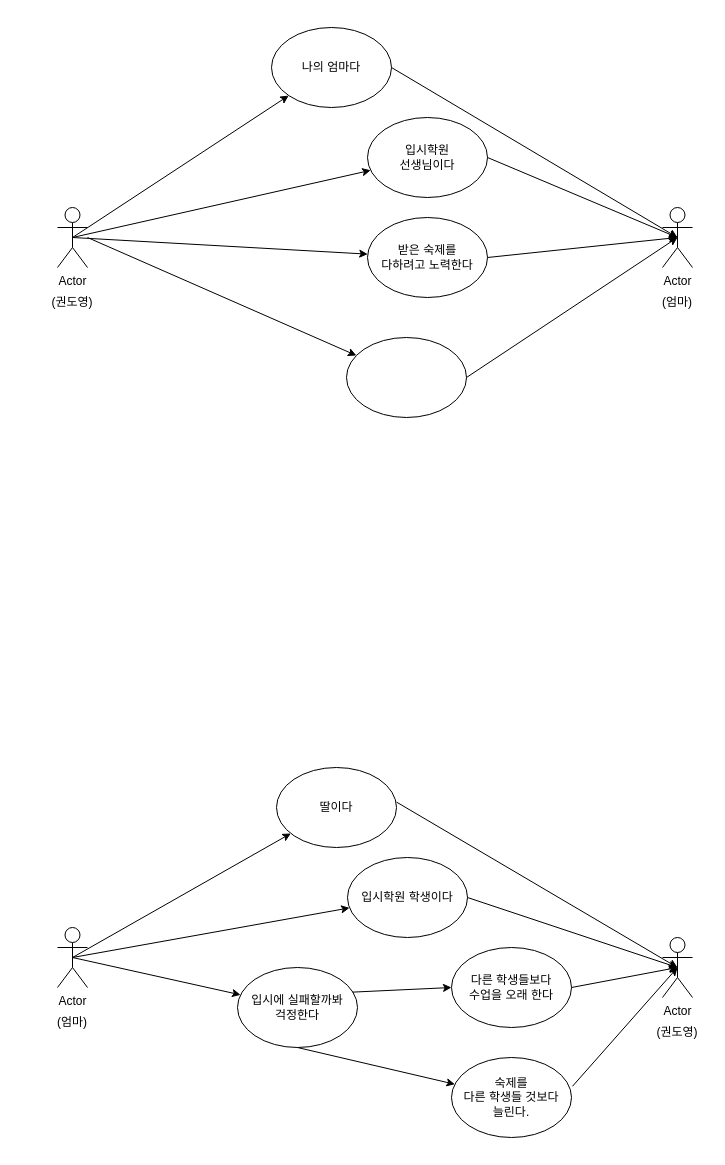
The draw.io diagram 고등학교 입시 때의 엄마와 나의 관계 .drawio in doit0/usecase-diagram, before the edit. Source tidied: cells renumbered, new cells numbered last; positions are measured from the earlier drawing's top-left corner, leaving out a move shared by most shapes. Both pictures are drawn from the tidied source at 100%, with x=0, y=0 at pixel (42, 27).
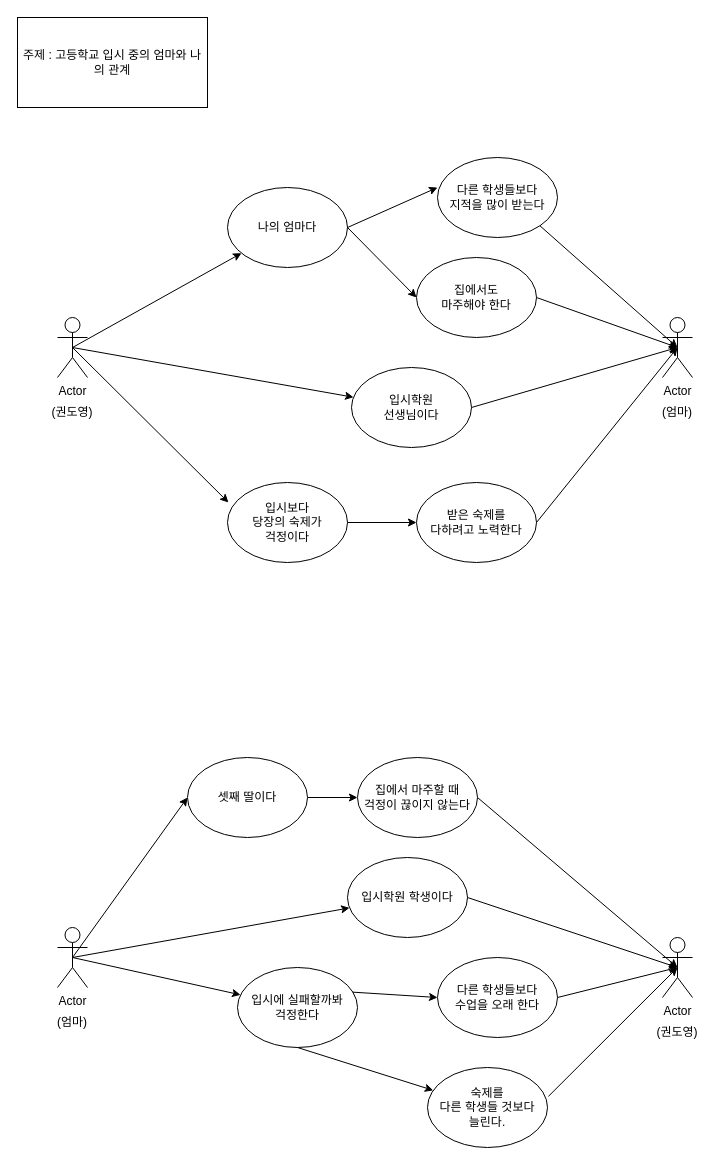
The same page after the edit.

Commit message:
고등학교 입시 때의 엄마와 나의 관계 .drawio 업데이트

The change refers to these unchanged cells:
```xml
<mxCell id="3" value="Actor" style="shape=umlActor;verticalLabelPosition=bottom;verticalAlign=top;html=1;outlineConnect=0;" parent="1" vertex="1">
  <mxGeometry x="15" y="900" width="30" height="60" as="geometry" />
</mxCell>
<mxCell id="8" value="Actor" style="shape=umlActor;verticalLabelPosition=bottom;verticalAlign=top;html=1;outlineConnect=0;" parent="1" vertex="1">
  <mxGeometry x="620" y="910" width="30" height="60" as="geometry" />
</mxCell>
```

Change to the diagram source:
```diff
@@
     <mxCell id="2" value="Actor" style="shape=umlActor;verticalLabelPosition=bottom;verticalAlign=top;html=1;outlineConnect=0;" parent="1" vertex="1">
-      <mxGeometry x="15" y="180" width="30" height="60" as="geometry" />
+      <mxGeometry x="15" y="290" width="30" height="60" as="geometry" />
     </mxCell>
@@
     <mxCell id="4" value="(권도영)" style="text;html=1;strokeColor=none;fillColor=none;align=center;verticalAlign=middle;whiteSpace=wrap;rounded=0;" parent="1" vertex="1">
-      <mxGeometry y="260" width="60" height="30" as="geometry" />
+      <mxGeometry y="370" width="60" height="30" as="geometry" />
     </mxCell>
@@
     <mxCell id="6" value="Actor" style="shape=umlActor;verticalLabelPosition=bottom;verticalAlign=top;html=1;outlineConnect=0;" parent="1" vertex="1">
-      <mxGeometry x="620" y="180" width="30" height="60" as="geometry" />
+      <mxGeometry x="620" y="290" width="30" height="60" as="geometry" />
     </mxCell>
     <mxCell id="7" value="(엄마)" style="text;html=1;strokeColor=none;fillColor=none;align=center;verticalAlign=middle;whiteSpace=wrap;rounded=0;" parent="1" vertex="1">
-      <mxGeometry x="605" y="260" width="60" height="30" as="geometry" />
+      <mxGeometry x="605" y="370" width="60" height="30" as="geometry" />
     </mxCell>
@@
     <mxCell id="11" value="나의 엄마다" style="ellipse;whiteSpace=wrap;html=1;" parent="1" vertex="1">
-      <mxGeometry x="229" width="120" height="80" as="geometry" />
+      <mxGeometry x="185" y="160" width="120" height="80" as="geometry" />
     </mxCell>
@@
     <mxCell id="13" value="입시학원&lt;br&gt;선생님이다" style="ellipse;whiteSpace=wrap;html=1;" parent="1" vertex="1">
-      <mxGeometry x="325" y="90" width="120" height="80" as="geometry" />
+      <mxGeometry x="309" y="340" width="120" height="80" as="geometry" />
     </mxCell>
-    <mxCell id="14" style="endArrow=classic;html=1;rounded=0;exitX=0.5;exitY=0.5;exitDx=0;exitDy=0;exitPerimeter=0;" parent="1" edge="1" source="2" target="15">
+    <mxCell id="14" style="endArrow=classic;html=1;rounded=0;exitX=0.5;exitY=0.5;exitDx=0;exitDy=0;exitPerimeter=0;entryX=0.008;entryY=0.25;entryDx=0;entryDy=0;entryPerimeter=0;" parent="1" edge="1" source="2" target="17">
       <mxGeometry relative="1" as="geometry" />
     </mxCell>
     <mxCell id="15" value="받은 숙제를 &lt;br&gt;다하려고 노력한다" style="ellipse;whiteSpace=wrap;html=1;" parent="1" vertex="1">
-      <mxGeometry x="325" y="190" width="120" height="80" as="geometry" />
+      <mxGeometry x="374" y="455" width="120" height="80" as="geometry" />
     </mxCell>
-    <mxCell id="16" style="endArrow=classic;html=1;rounded=0;exitX=0.5;exitY=0.5;exitDx=0;exitDy=0;exitPerimeter=0;" parent="1" edge="1" target="17">
-      <mxGeometry relative="1" as="geometry">
-        <mxPoint x="45" y="210" as="sourcePoint" />
-      </mxGeometry>
-    </mxCell>
-    <mxCell id="17" style="ellipse;whiteSpace=wrap;html=1;" parent="1" vertex="1">
-      <mxGeometry x="304" y="310" width="120" height="80" as="geometry" />
+    <mxCell id="17" value="입시보다 &lt;br&gt;당장의 숙제가 &lt;br&gt;걱정이다" style="ellipse;whiteSpace=wrap;html=1;" parent="1" vertex="1">
+      <mxGeometry x="185" y="455" width="120" height="80" as="geometry" />
     </mxCell>
-    <mxCell id="18" style="endArrow=classic;html=1;rounded=0;exitX=0.5;exitY=0.5;exitDx=0;exitDy=0;exitPerimeter=0;" parent="1" edge="1" source="3" target="19">
+    <mxCell id="18" style="endArrow=classic;html=1;rounded=0;exitX=0.5;exitY=0.5;exitDx=0;exitDy=0;exitPerimeter=0;entryX=0;entryY=0.5;entryDx=0;entryDy=0;" parent="1" edge="1" source="3" target="19">
       <mxGeometry relative="1" as="geometry" />
     </mxCell>
+    <mxCell id="36" style="edgeStyle=orthogonalEdgeStyle;rounded=0;jettySize=auto;html=1;" parent="1" edge="1" source="19" target="43">
+      <mxGeometry relative="1" as="geometry" />
+    </mxCell>
-    <mxCell id="19" value="딸이다" style="ellipse;whiteSpace=wrap;html=1;" parent="1" vertex="1">
-      <mxGeometry x="234" y="740" width="120" height="80" as="geometry" />
+    <mxCell id="19" value="셋째 딸이다" style="ellipse;whiteSpace=wrap;html=1;" parent="1" vertex="1">
+      <mxGeometry x="145" y="730" width="120" height="80" as="geometry" />
     </mxCell>
@@
     <mxCell id="25" value="숙제를&lt;br&gt;다른 학생들 것보다&lt;br&gt;늘린다." style="ellipse;whiteSpace=wrap;html=1;" parent="1" vertex="1">
-      <mxGeometry x="409" y="1030" width="120" height="80" as="geometry" />
+      <mxGeometry x="385" y="1040" width="120" height="80" as="geometry" />
     </mxCell>
@@
     <mxCell id="28" value="다른 학생들보다&lt;br&gt;수업을 오래 한다" style="ellipse;whiteSpace=wrap;html=1;" parent="1" vertex="1">
-      <mxGeometry x="409" y="920" width="120" height="80" as="geometry" />
+      <mxGeometry x="395" y="930" width="120" height="80" as="geometry" />
     </mxCell>
@@
-    <mxCell id="31" style="endArrow=classic;html=1;rounded=0;exitX=1.001;exitY=0.433;exitDx=0;exitDy=0;exitPerimeter=0;entryX=0.5;entryY=0.5;entryDx=0;entryDy=0;entryPerimeter=0;" parent="1" edge="1" source="19" target="8">
+    <mxCell id="31" style="endArrow=classic;html=1;rounded=0;entryX=0.5;entryY=0.5;entryDx=0;entryDy=0;entryPerimeter=0;exitX=1;exitY=0.5;exitDx=0;exitDy=0;" parent="1" edge="1" source="43" target="8">
       <mxGeometry relative="1" as="geometry" />
     </mxCell>
-    <mxCell id="32" style="endArrow=classic;html=1;rounded=0;exitX=1;exitY=0.5;exitDx=0;exitDy=0;entryX=0.5;entryY=0.5;entryDx=0;entryDy=0;entryPerimeter=0;" parent="1" edge="1" source="11" target="6">
+    <mxCell id="32" style="endArrow=classic;html=1;rounded=0;exitX=1;exitY=0.5;exitDx=0;exitDy=0;entryX=0;entryY=0.375;entryDx=0;entryDy=0;entryPerimeter=0;" parent="1" edge="1" source="11" target="38">
       <mxGeometry relative="1" as="geometry" />
     </mxCell>
@@
-    <mxCell id="35" style="endArrow=classic;html=1;rounded=0;exitX=1;exitY=0.5;exitDx=0;exitDy=0;entryX=0.5;entryY=0.5;entryDx=0;entryDy=0;entryPerimeter=0;" parent="1" edge="1" source="17" target="6">
+    <mxCell id="35" style="endArrow=classic;html=1;rounded=0;exitX=1;exitY=0.5;exitDx=0;exitDy=0;entryX=0;entryY=0.5;entryDx=0;entryDy=0;" parent="1" edge="1" source="17" target="15">
       <mxGeometry relative="1" as="geometry" />
     </mxCell>
+    <mxCell id="37" value="주제 : 고등학교 입시 중의 엄마와 나의 관계" style="rounded=0;whiteSpace=wrap;html=1;" parent="1" vertex="1">
+      <mxGeometry x="-25" y="-10" width="190" height="90" as="geometry" />
+    </mxCell>
+    <mxCell id="38" value="다른 학생들보다&lt;br&gt;지적을 많이 받는다" style="ellipse;whiteSpace=wrap;html=1;" parent="1" vertex="1">
+      <mxGeometry x="395" y="130" width="120" height="80" as="geometry" />
+    </mxCell>
+    <mxCell id="39" style="endArrow=classic;html=1;rounded=0;exitX=1;exitY=1;exitDx=0;exitDy=0;entryX=0.5;entryY=0.5;entryDx=0;entryDy=0;entryPerimeter=0;" parent="1" edge="1" source="38" target="6">
+      <mxGeometry relative="1" as="geometry" />
+    </mxCell>
+    <mxCell id="40" style="endArrow=classic;html=1;rounded=0;exitX=1;exitY=0.5;exitDx=0;exitDy=0;entryX=0;entryY=0.5;entryDx=0;entryDy=0;" parent="1" edge="1" source="11" target="41">
+      <mxGeometry relative="1" as="geometry" />
+    </mxCell>
+    <mxCell id="41" value="집에서도 &lt;br&gt;마주해야 한다" style="ellipse;whiteSpace=wrap;html=1;" parent="1" vertex="1">
+      <mxGeometry x="374" y="230" width="120" height="80" as="geometry" />
+    </mxCell>
+    <mxCell id="42" style="endArrow=classic;html=1;rounded=0;exitX=1;exitY=0.5;exitDx=0;exitDy=0;entryX=0.5;entryY=0.5;entryDx=0;entryDy=0;entryPerimeter=0;" parent="1" edge="1" source="41" target="6">
+      <mxGeometry relative="1" as="geometry" />
+    </mxCell>
+    <mxCell id="43" value="집에서 마주할 때&lt;br&gt;걱정이 끊이지 않는다" style="ellipse;whiteSpace=wrap;html=1;" parent="1" vertex="1">
+      <mxGeometry x="315" y="730" width="120" height="80" as="geometry" />
+    </mxCell>
```
